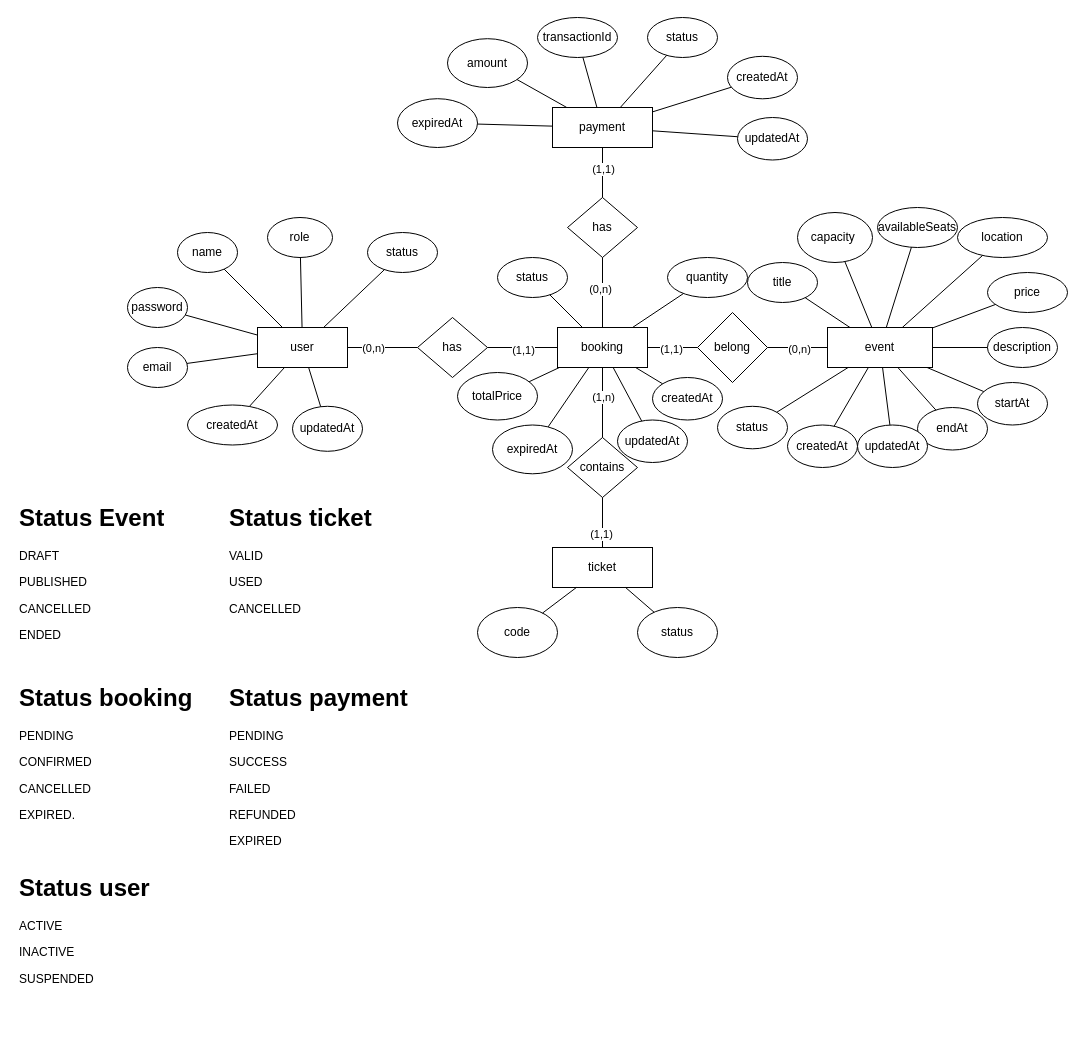
The draw.io diagram docs/erd.drawio in Cuongzip/event-booking-api, before the edit. Source tidied: cells renumbered, new cells numbered last; positions are measured from the earlier drawing's top-left corner, leaving out a move shared by most shapes. Both pictures are drawn from the tidied source at 100%, with x=0, y=0 at pixel (17, 17).
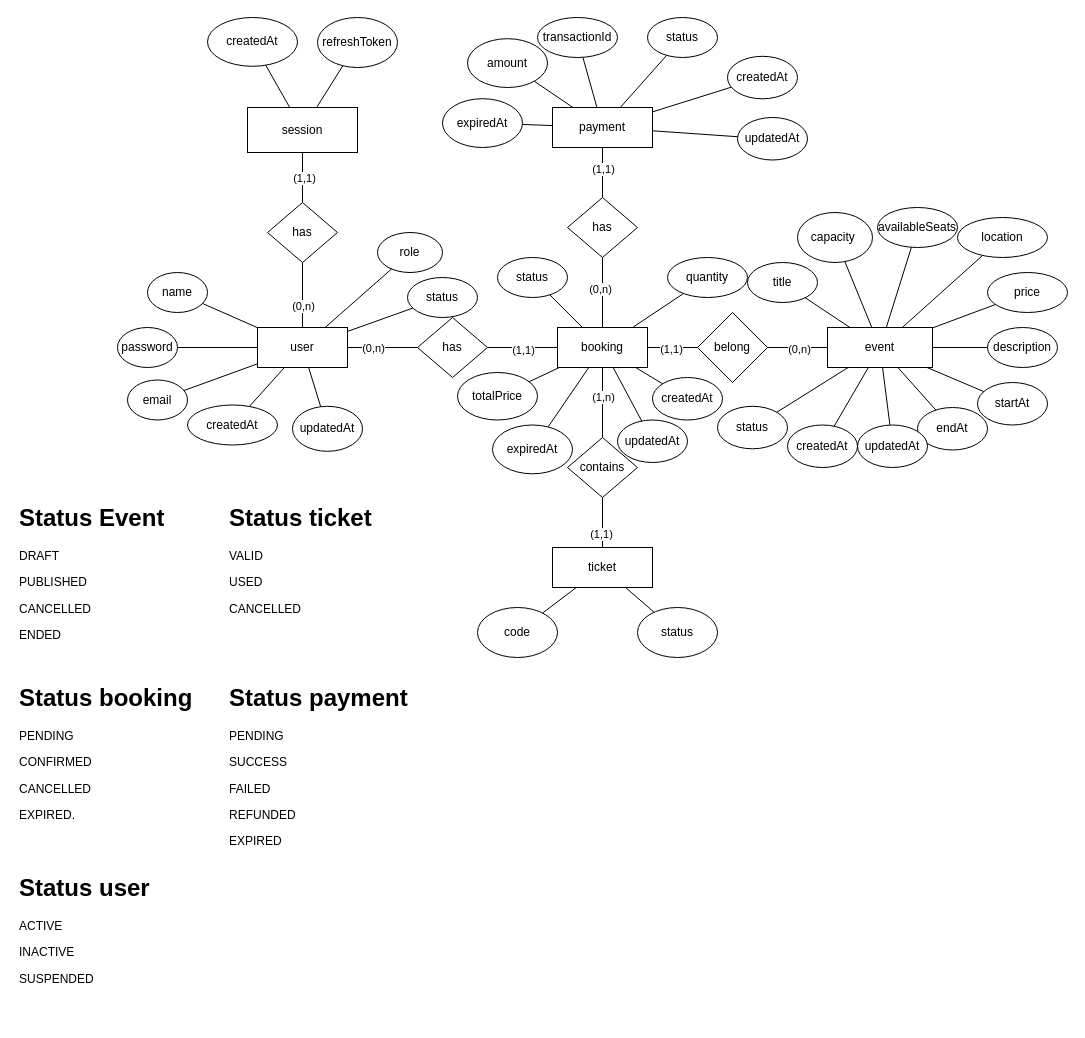
Above is the later version.

Unchanged cells that the change refers to:
```xml
<mxCell id="2" value="user" style="rounded=0;whiteSpace=wrap;html=1;" parent="1" vertex="1">
  <mxGeometry x="240" y="310" width="90" height="40" as="geometry" />
</mxCell>
```

What changed in the source:
```diff
@@
     <mxCell id="27" value="name" style="ellipse;whiteSpace=wrap;html=1;" parent="1" vertex="1">
-      <mxGeometry x="160" y="215" width="60" height="40" as="geometry" />
+      <mxGeometry x="130" y="255" width="60" height="40" as="geometry" />
     </mxCell>
@@
     <mxCell id="29" value="password" style="ellipse;whiteSpace=wrap;html=1;" parent="1" vertex="1">
-      <mxGeometry x="110" y="270" width="60" height="40" as="geometry" />
+      <mxGeometry x="100" y="310" width="60" height="40" as="geometry" />
     </mxCell>
@@
     <mxCell id="31" value="email" style="ellipse;whiteSpace=wrap;html=1;" parent="1" vertex="1">
-      <mxGeometry x="110" y="330" width="60" height="40" as="geometry" />
+      <mxGeometry x="110" y="362.5" width="60" height="40" as="geometry" />
     </mxCell>
@@
     <mxCell id="35" value="role" style="ellipse;whiteSpace=wrap;html=1;" parent="1" vertex="1">
-      <mxGeometry x="250" y="200" width="65" height="40" as="geometry" />
+      <mxGeometry x="360" y="215" width="65" height="40" as="geometry" />
     </mxCell>
@@
     <mxCell id="37" value="status" style="ellipse;whiteSpace=wrap;html=1;" parent="1" vertex="1">
-      <mxGeometry x="350" y="215" width="70" height="40" as="geometry" />
+      <mxGeometry x="390" y="260" width="70" height="40" as="geometry" />
     </mxCell>
@@
     <mxCell id="80" value="amount" style="ellipse;whiteSpace=wrap;html=1;" parent="1" vertex="1">
-      <mxGeometry x="430" y="21.2" width="80" height="48.8" as="geometry" />
+      <mxGeometry x="450" y="21.2" width="80" height="48.8" as="geometry" />
     </mxCell>
@@
     <mxCell id="90" value="expiredAt" style="ellipse;whiteSpace=wrap;html=1;" parent="1" vertex="1">
-      <mxGeometry x="380" y="81.2" width="80" height="48.8" as="geometry" />
+      <mxGeometry x="425" y="81.2" width="80" height="48.8" as="geometry" />
     </mxCell>
@@
+    <mxCell id="96" value="session" style="rounded=0;whiteSpace=wrap;html=1;" parent="1" vertex="1">
+      <mxGeometry x="230" y="90" width="110" height="45" as="geometry" />
+    </mxCell>
+    <mxCell id="97" value="has" style="rhombus;whiteSpace=wrap;html=1;" parent="1" vertex="1">
+      <mxGeometry x="250" y="185" width="70" height="60" as="geometry" />
+    </mxCell>
+    <mxCell id="98" style="endArrow=none;html=1;rounded=0;" parent="1" edge="1" source="2" target="97">
+      <mxGeometry relative="1" as="geometry" />
+    </mxCell>
+    <mxCell id="99" value="(0,n)" style="edgeLabel;html=1;align=center;verticalAlign=middle;" parent="98" vertex="1">
+      <mxGeometry x="-0.32" relative="1" as="geometry" />
+    </mxCell>
+    <mxCell id="100" style="endArrow=none;html=1;rounded=0;" parent="1" edge="1" source="96" target="97">
+      <mxGeometry relative="1" as="geometry" />
+    </mxCell>
+    <mxCell id="101" value="(1,1)" style="edgeLabel;html=1;align=center;verticalAlign=middle;" parent="100" vertex="1">
+      <mxGeometry x="-0.01" y="1" relative="1" as="geometry" />
+    </mxCell>
+    <mxCell id="102" value="refreshToken" style="ellipse;whiteSpace=wrap;html=1;" parent="1" vertex="1">
+      <mxGeometry x="300" width="80" height="50" as="geometry" />
+    </mxCell>
+    <mxCell id="103" style="endArrow=none;html=1;rounded=0;" parent="1" edge="1" source="96" target="102">
+      <mxGeometry relative="1" as="geometry" />
+    </mxCell>
+    <mxCell id="104" value="createdAt" style="ellipse;whiteSpace=wrap;html=1;" parent="1" vertex="1">
+      <mxGeometry x="190" width="90" height="48.8" as="geometry" />
+    </mxCell>
+    <mxCell id="105" style="endArrow=none;html=1;rounded=0;" parent="1" edge="1" source="104" target="96">
+      <mxGeometry relative="1" as="geometry" />
+    </mxCell>
```
